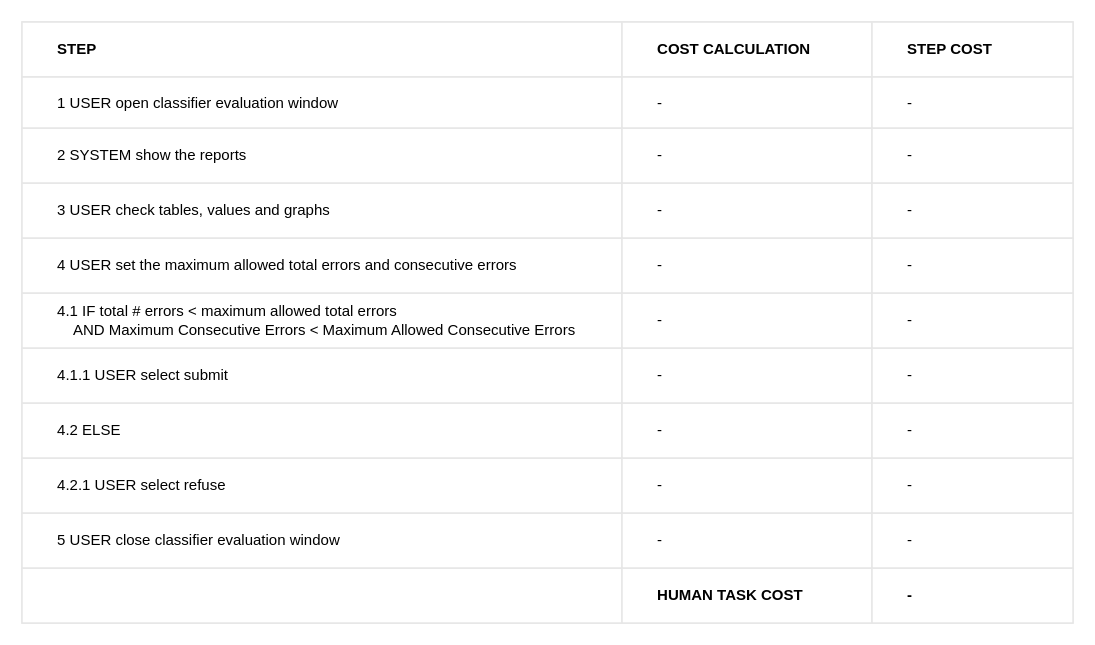
This is EVALUATE_CLASSIFIER_TABLE.drawio from BaffoBello14/AutomaticDamagesRecognition, a draw.io file, before an edit. Source tidied: cells renumbered, new cells numbered last; positions are measured from the earlier drawing's top-left corner, leaving out a move shared by most shapes. Both pictures are drawn from the tidied source at 125%, with x=0, y=0 at pixel (21, 21).
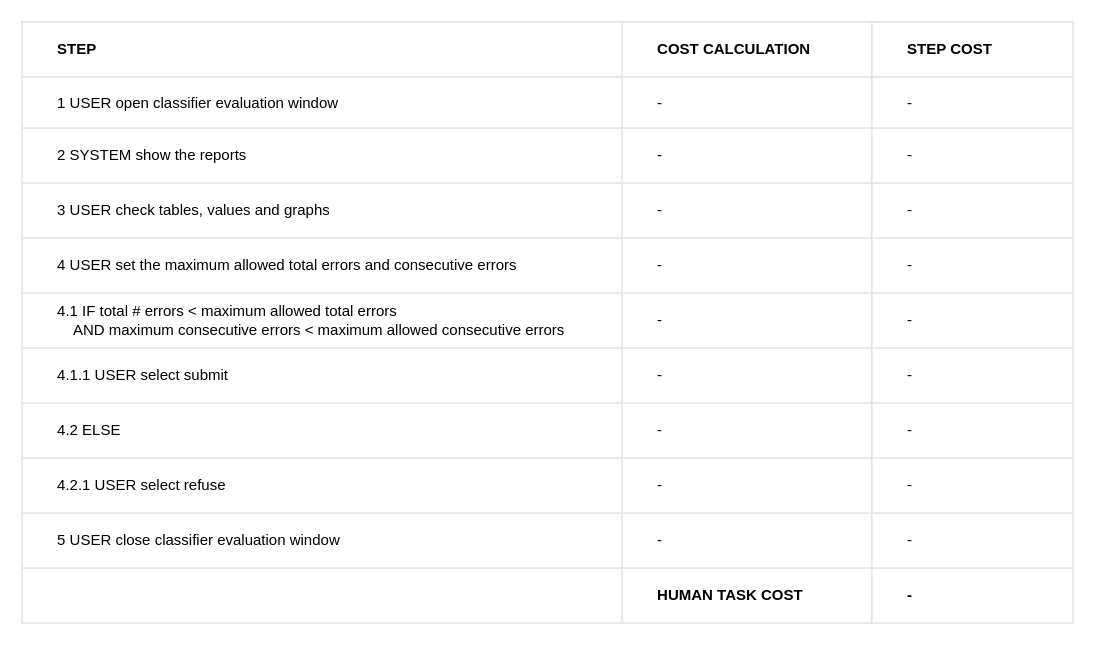
The same page after the edit.

The change refers to these unchanged cells:
```xml
<mxCell id="23" style="shape=tableRow;horizontal=0;startSize=0;swimlaneHead=0;swimlaneBody=0;top=0;left=0;bottom=0;right=0;fontStyle=0;fillColor=none;strokeColor=inherit;" parent="2" vertex="1">
  <mxGeometry y="217" width="841" height="44" as="geometry" />
</mxCell>
```

Diff of the diagram source:
```diff
@@
-    <mxCell id="24" value="&lt;span style=&quot;white-space: pre;&quot;&gt;&#9;&lt;/span&gt;4.1&amp;nbsp;IF total # errors &amp;lt; maximum allowed total errors &lt;br&gt;&lt;span style=&quot;white-space: pre;&quot;&gt;&#9;&lt;/span&gt;&amp;nbsp; &amp;nbsp; AND&amp;nbsp;Maximum Consecutive Errors&amp;nbsp;&amp;lt; Maximum Allowed Consecutive Errors" style="strokeColor=inherit;fillColor=none;align=left;whiteSpace=wrap;html=1;" parent="23" vertex="1">
+    <mxCell id="24" value="&lt;span style=&quot;white-space: pre;&quot;&gt;&#9;&lt;/span&gt;4.1&amp;nbsp;IF total # errors &amp;lt; maximum allowed total errors &lt;br&gt;&lt;span style=&quot;white-space: pre;&quot;&gt;&#9;&lt;/span&gt;&amp;nbsp; &amp;nbsp; AND maximum consecutive errors&amp;nbsp;&amp;lt; maximum allowed consecutive errors" style="strokeColor=inherit;fillColor=none;align=left;whiteSpace=wrap;html=1;" parent="23" vertex="1">
       <mxGeometry width="480" height="44" as="geometry" />
     </mxCell>
```
